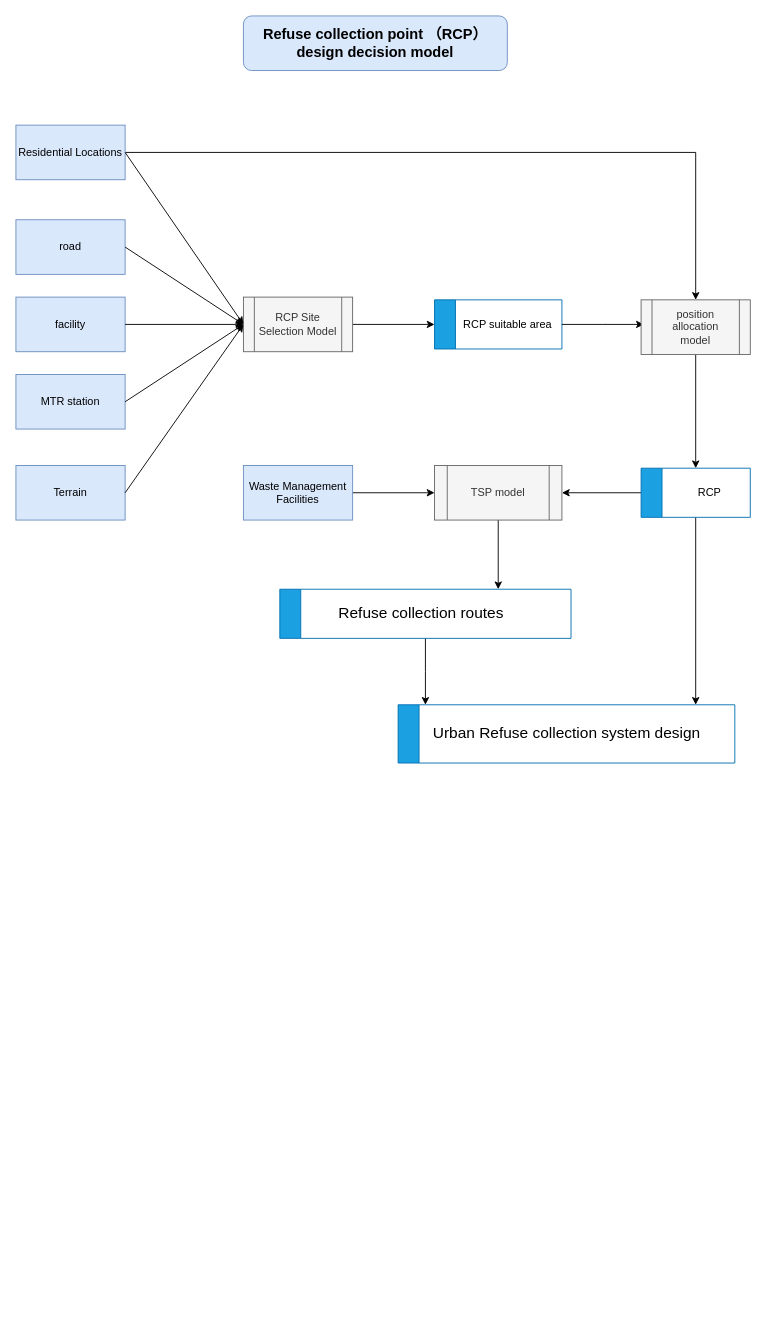
CrystalParaboy/cuhk-gis-bigdata keeps this draw.io diagram as GIS model.drawio. Above is the earlier version. Source tidied: cells renumbered, new cells numbered last; positions are measured from the earlier drawing's top-left corner, leaving out a move shared by most shapes. Both pictures are drawn from the tidied source at 91%, with x=0, y=0 at pixel (15, 15).
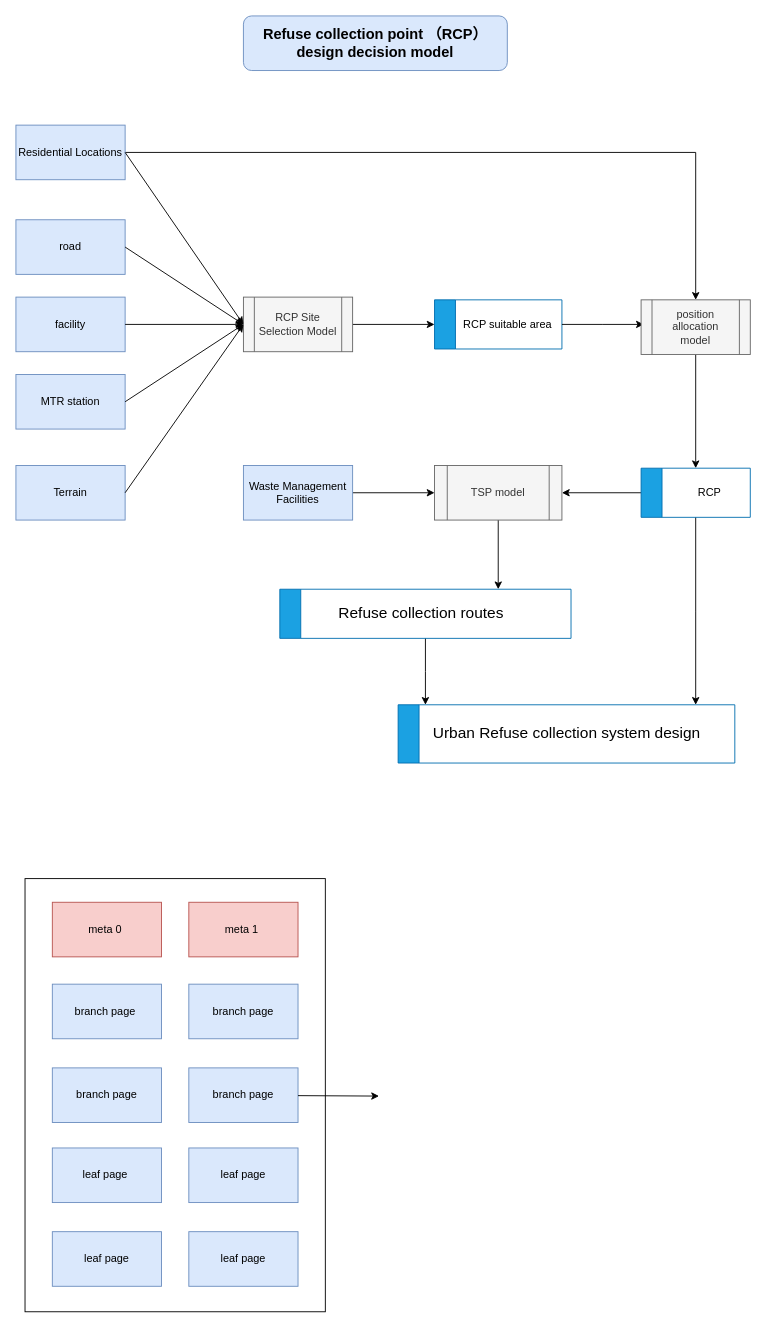
Above is the later version.

Change to the diagram source:
```diff
@@
+    <mxCell id="34" style="rounded=0;whiteSpace=wrap;html=1;fillColor=none;" parent="1" vertex="1">
+      <mxGeometry x="10" y="948" width="330" height="476" as="geometry" />
+    </mxCell>
@@
+    <mxCell id="35" value="meta 0&amp;nbsp;" style="rounded=0;whiteSpace=wrap;html=1;fillColor=#f8cecc;strokeColor=#b85450;" parent="1" vertex="1">
+      <mxGeometry x="40" y="974" width="120" height="60" as="geometry" />
+    </mxCell>
+    <mxCell id="36" value="meta 1&amp;nbsp;" style="rounded=0;whiteSpace=wrap;html=1;fillColor=#f8cecc;strokeColor=#b85450;" parent="1" vertex="1">
+      <mxGeometry x="190" y="974" width="120" height="60" as="geometry" />
+    </mxCell>
+    <mxCell id="37" value="branch page&amp;nbsp;" style="rounded=0;whiteSpace=wrap;html=1;fillColor=#dae8fc;strokeColor=#6c8ebf;" parent="1" vertex="1">
+      <mxGeometry x="40" y="1064" width="120" height="60" as="geometry" />
+    </mxCell>
+    <mxCell id="38" value="branch page" style="rounded=0;whiteSpace=wrap;html=1;fillColor=#dae8fc;strokeColor=#6c8ebf;" parent="1" vertex="1">
+      <mxGeometry x="190" y="1064" width="120" height="60" as="geometry" />
+    </mxCell>
+    <mxCell id="39" value="branch page" style="rounded=0;whiteSpace=wrap;html=1;fillColor=#dae8fc;strokeColor=#6c8ebf;" parent="1" vertex="1">
+      <mxGeometry x="40" y="1156" width="120" height="60" as="geometry" />
+    </mxCell>
+    <mxCell id="40" value="branch page" style="rounded=0;whiteSpace=wrap;html=1;fillColor=#dae8fc;strokeColor=#6c8ebf;" parent="1" vertex="1">
+      <mxGeometry x="190" y="1156" width="120" height="60" as="geometry" />
+    </mxCell>
+    <mxCell id="41" value="leaf page" style="rounded=0;whiteSpace=wrap;html=1;fillColor=#dae8fc;strokeColor=#6c8ebf;" parent="1" vertex="1">
+      <mxGeometry x="190" y="1336" width="120" height="60" as="geometry" />
+    </mxCell>
+    <mxCell id="42" value="leaf page&amp;nbsp;" style="rounded=0;whiteSpace=wrap;html=1;fillColor=#dae8fc;strokeColor=#6c8ebf;" parent="1" vertex="1">
+      <mxGeometry x="40" y="1244" width="120" height="60" as="geometry" />
+    </mxCell>
+    <mxCell id="43" value="leaf page" style="rounded=0;whiteSpace=wrap;html=1;fillColor=#dae8fc;strokeColor=#6c8ebf;" parent="1" vertex="1">
+      <mxGeometry x="190" y="1244" width="120" height="60" as="geometry" />
+    </mxCell>
+    <mxCell id="44" value="leaf page" style="rounded=0;whiteSpace=wrap;html=1;fillColor=#dae8fc;strokeColor=#6c8ebf;" parent="1" vertex="1">
+      <mxGeometry x="40" y="1336" width="120" height="60" as="geometry" />
+    </mxCell>
+    <mxCell id="45" style="endArrow=classic;html=1;rounded=0;exitX=1;exitY=0.5;exitDx=0;exitDy=0;" parent="1" edge="1">
+      <mxGeometry relative="1" as="geometry">
+        <mxPoint x="310" y="1186.5" as="sourcePoint" />
+        <mxPoint x="399" y="1187" as="targetPoint" />
+      </mxGeometry>
+    </mxCell>
```
